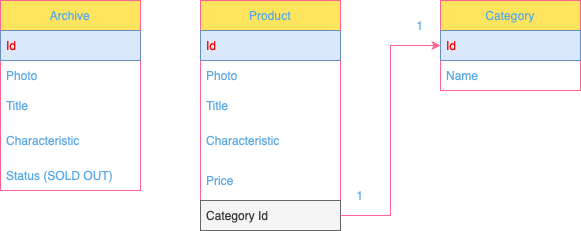
This is docs/DatabaseGraph.drawio.png from VyacheslavShrot/online_store_2023, a draw.io export, as it was before one commit. Source tidied: cells renumbered, new cells last; positions are measured from the earlier drawing's top-left corner, leaving out a move shared by most shapes.
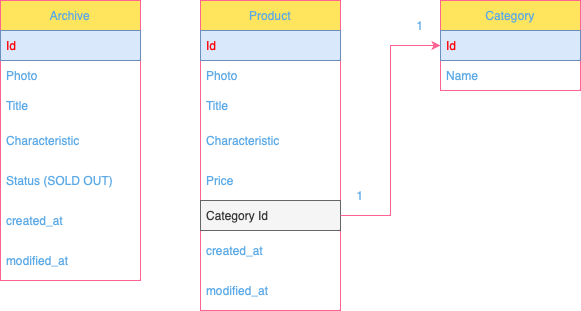
Later version of the same file.

What changed in the source:
```diff
@@ -3,7 +3,7 @@
     <mxCell id="0" />
     <mxCell id="1" parent="0" />
     <mxCell id="2" value="Product" style="swimlane;fontStyle=0;horizontal=1;startSize=30;whiteSpace=wrap;html=1;labelBackgroundColor=none;fillColor=#FFE45E;strokeColor=#FF6392;fontColor=#5AA9E6;" parent="1" vertex="1">
-      <mxGeometry x="200" width="140" height="230" as="geometry" />
+      <mxGeometry x="200" width="140" height="310" as="geometry" />
     </mxCell>
     <mxCell id="3" value="Id" style="text;strokeColor=#6c8ebf;fillColor=#dae8fc;align=left;verticalAlign=middle;spacingLeft=4;spacingRight=4;overflow=hidden;whiteSpace=wrap;html=1;labelBackgroundColor=none;fontColor=#FF0000;" parent="2" vertex="1">
       <mxGeometry y="30" width="140" height="30" as="geometry" />
@@ -23,6 +23,12 @@
     <mxCell id="8" value="Category Id" style="text;strokeColor=#666666;fillColor=#f5f5f5;align=left;verticalAlign=middle;spacingLeft=4;spacingRight=4;overflow=hidden;points=[[0,0.5],[1,0.5]];portConstraint=eastwest;whiteSpace=wrap;html=1;labelBackgroundColor=none;fontColor=#333333;" parent="2" vertex="1">
       <mxGeometry y="200" width="140" height="30" as="geometry" />
     </mxCell>
+    <mxCell id="21" value="created_at" style="text;align=left;verticalAlign=middle;spacingLeft=4;spacingRight=4;overflow=hidden;whiteSpace=wrap;html=1;labelBackgroundColor=none;fontColor=#5AA9E6;" parent="2" vertex="1">
+      <mxGeometry y="230" width="140" height="40" as="geometry" />
+    </mxCell>
+    <mxCell id="22" value="modified_at" style="text;align=left;verticalAlign=middle;spacingLeft=4;spacingRight=4;overflow=hidden;whiteSpace=wrap;html=1;labelBackgroundColor=none;fontColor=#5AA9E6;" parent="2" vertex="1">
+      <mxGeometry y="270" width="140" height="40" as="geometry" />
+    </mxCell>
     <mxCell id="9" value="Category" style="swimlane;fontStyle=0;horizontal=1;startSize=30;whiteSpace=wrap;html=1;labelBackgroundColor=none;fillColor=#FFE45E;strokeColor=#FF6392;fontColor=#5AA9E6;" parent="1" vertex="1">
       <mxGeometry x="440" width="140" height="90" as="geometry" />
     </mxCell>
@@ -39,7 +45,7 @@
       <mxGeometry x="390" y="10" width="60" height="30" as="geometry" />
     </mxCell>
     <mxCell id="14" value="Archive" style="swimlane;fontStyle=0;horizontal=1;startSize=30;whiteSpace=wrap;html=1;strokeColor=#FF6392;fontColor=#5AA9E6;fillColor=#FFE45E;" parent="1" vertex="1">
-      <mxGeometry width="140" height="190" as="geometry" />
+      <mxGeometry width="140" height="280" as="geometry" />
     </mxCell>
     <mxCell id="15" value="Id" style="text;strokeColor=#6c8ebf;fillColor=#dae8fc;align=left;verticalAlign=middle;spacingLeft=4;spacingRight=4;overflow=hidden;whiteSpace=wrap;html=1;fontColor=#FF0000;" parent="14" vertex="1">
       <mxGeometry y="30" width="140" height="30" as="geometry" />
@@ -54,8 +60,14 @@
       <mxGeometry y="120" width="140" height="40" as="geometry" />
     </mxCell>
     <mxCell id="19" value="Status (SOLD OUT)" style="text;strokeColor=none;fillColor=none;align=left;verticalAlign=middle;spacingLeft=4;spacingRight=4;overflow=hidden;whiteSpace=wrap;html=1;fontColor=#5AA9E6;" parent="14" vertex="1">
-      <mxGeometry y="160" width="140" height="30" as="geometry" />
+      <mxGeometry y="160" width="140" height="40" as="geometry" />
     </mxCell>
+    <mxCell id="23" value="created_at" style="text;strokeColor=none;fillColor=none;align=left;verticalAlign=middle;spacingLeft=4;spacingRight=4;overflow=hidden;whiteSpace=wrap;html=1;fontColor=#5AA9E6;" parent="14" vertex="1">
+      <mxGeometry y="200" width="140" height="40" as="geometry" />
+    </mxCell>
+    <mxCell id="24" value="modified_at" style="text;strokeColor=none;fillColor=none;align=left;verticalAlign=middle;spacingLeft=4;spacingRight=4;overflow=hidden;whiteSpace=wrap;html=1;fontColor=#5AA9E6;" parent="14" vertex="1">
+      <mxGeometry y="240" width="140" height="40" as="geometry" />
+    </mxCell>
     <mxCell id="20" style="edgeStyle=orthogonalEdgeStyle;rounded=0;jettySize=auto;html=1;entryX=0;entryY=0.5;entryDx=0;entryDy=0;strokeColor=#FF6392;fontColor=#5AA9E6;fillColor=#FFE45E;" parent="1" edge="1" source="8" target="10">
       <mxGeometry relative="1" as="geometry" />
     </mxCell>
```
